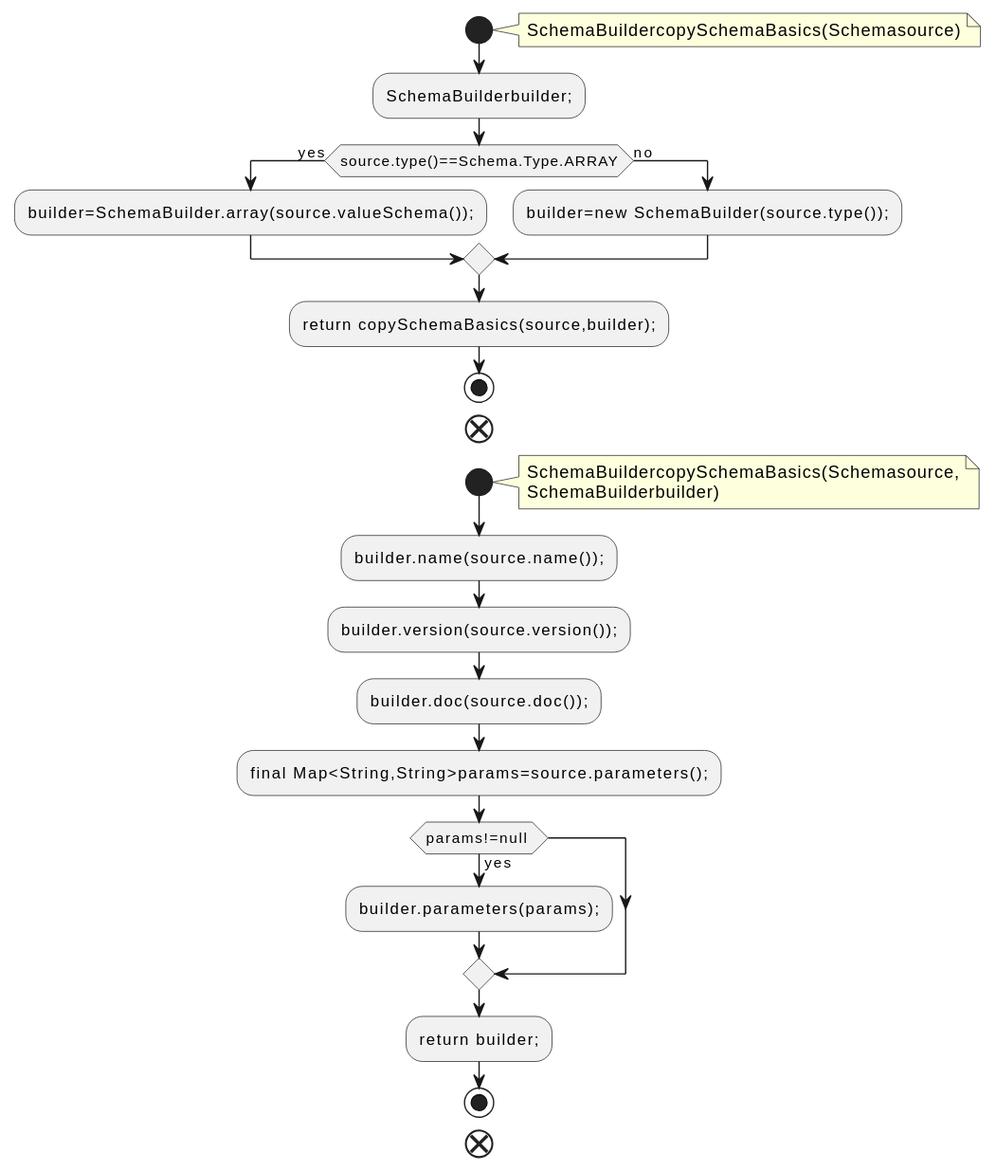
This is docs/qc/connect/transforms/src/main/java/org/apache/kafka/connect/transforms/util/SchemaUtil.java.fct.svg from qualitesys/kafka, a PlantUML export, as it was before one commit.
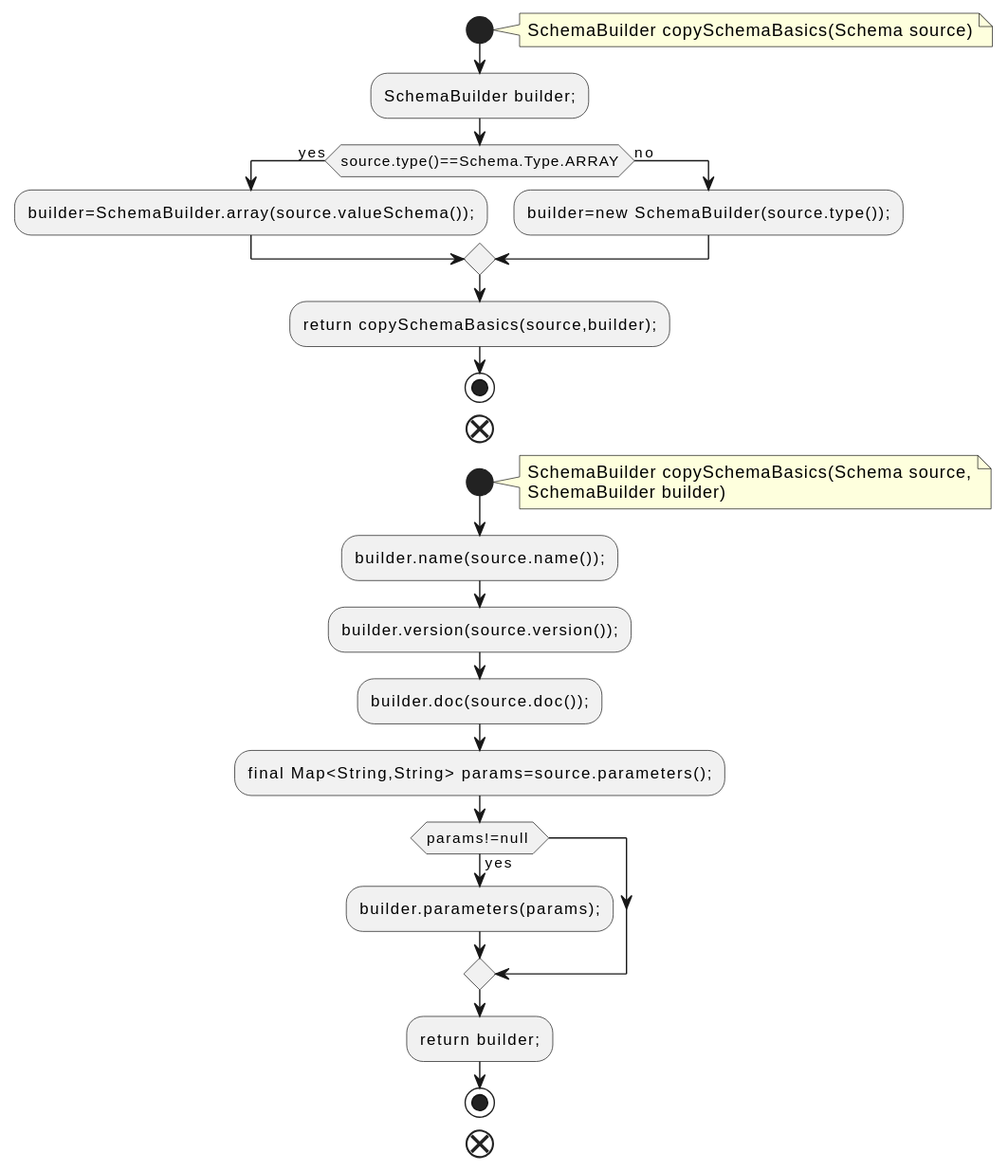
Later version of the same file.

What changed in the source:
```diff
@@ -2,9 +2,9 @@
 !pragma layout smetana
 start
 note right
-SchemaBuildercopySchemaBasics(Schemasource)
+SchemaBuilder copySchemaBasics(Schema source)
 end note
-:SchemaBuilderbuilder;;
+:SchemaBuilder builder;;
 if (source.type()==Schema.Type.ARRAY) then (yes)
 :builder=SchemaBuilder.array(source.valueSchema());;
 else (no)
@@ -15,13 +15,13 @@
 end
 start
 note right
-SchemaBuildercopySchemaBasics(Schemasource,
-SchemaBuilderbuilder)
+SchemaBuilder copySchemaBasics(Schema source,
+SchemaBuilder builder)
 end note
 :builder.name(source.name());;
 :builder.version(source.version());;
 :builder.doc(source.doc());;
-:final Map<String,String>params=source.parameters();;
+:final Map<String,String> params=source.parameters();;
 if (params!=null ) then (yes)
 :builder.parameters(params);;
 endif
```
